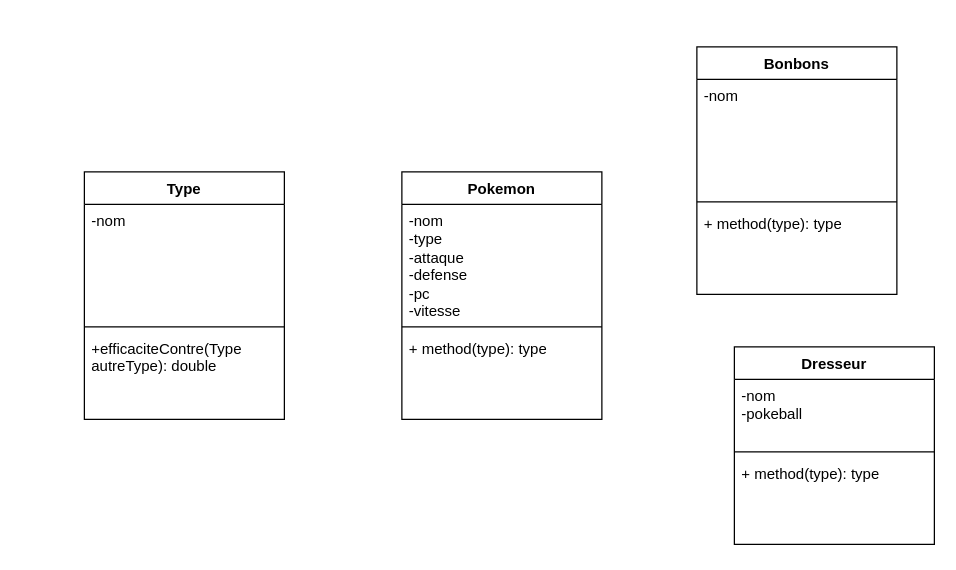
This is TP2_Pokemon.drawio from NicolasRbls/Diagramme, a draw.io file, before an edit. Source tidied: cells renumbered, new cells numbered last; positions are measured from the earlier drawing's top-left corner, leaving out a move shared by most shapes. Both pictures are drawn from the tidied source at 125%, with x=0, y=0 at pixel (84, 46).
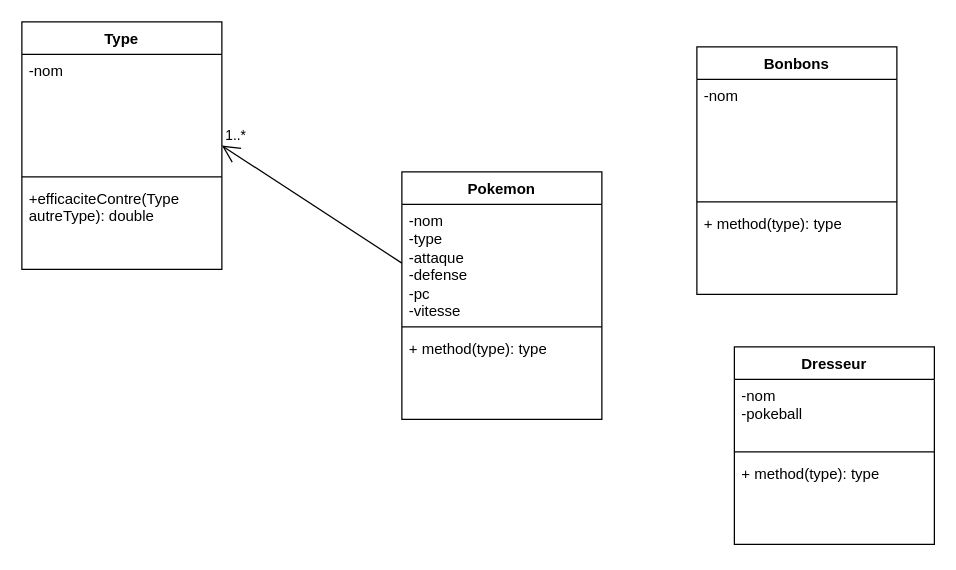
After the change.

Commit message (it also covers changes not shown here):
Mettre à jour TP2_Pokemon.drawio

Unchanged cells that the change refers to:
```xml
<mxCell id="3" value="-nom&lt;br&gt;-type&lt;br&gt;-attaque&lt;br&gt;-defense&lt;br&gt;-pc&lt;br&gt;-vitesse" style="text;strokeColor=none;fillColor=none;align=left;verticalAlign=top;spacingLeft=4;spacingRight=4;overflow=hidden;points=[[0,0.5],[1,0.5]];portConstraint=eastwest;whiteSpace=wrap;html=1;" parent="2" vertex="1">
  <mxGeometry y="26" width="160" height="94" as="geometry" />
</mxCell>
```

Change to the diagram source:
```diff
@@
     <mxCell id="14" value="Type" style="swimlane;fontStyle=1;align=center;verticalAlign=top;horizontal=1;startSize=26;whiteSpace=wrap;html=1;" parent="1" vertex="1">
-      <mxGeometry y="100" width="160" height="198" as="geometry" />
+      <mxGeometry x="-50" y="-20" width="160" height="198" as="geometry" />
     </mxCell>
@@
+    <mxCell id="18" style="endArrow=open;endFill=1;endSize=12;html=1;rounded=0;entryX=1;entryY=0.5;entryDx=0;entryDy=0;exitX=0;exitY=0.5;exitDx=0;exitDy=0;" parent="1" edge="1" source="3" target="14">
+      <mxGeometry relative="1" as="geometry" />
+    </mxCell>
+    <mxCell id="19" value="1..*" style="edgeLabel;html=1;align=center;verticalAlign=middle;" parent="18" vertex="1">
+      <mxGeometry x="0.82" y="-4" relative="1" as="geometry">
+        <mxPoint x="-5" y="-14" as="offset" />
+      </mxGeometry>
+    </mxCell>
```
